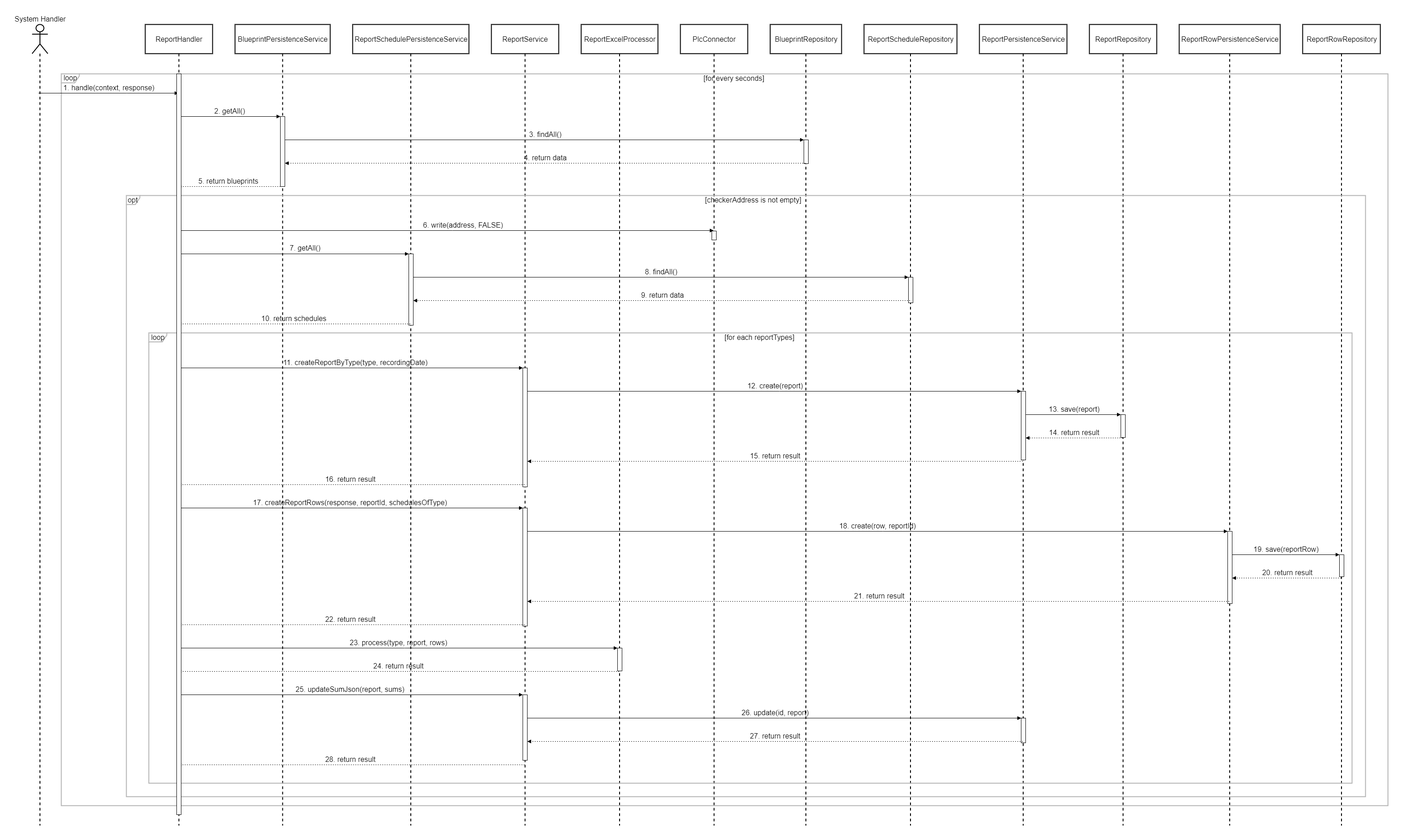
The draw.io diagram Report7/SDD/Detailed-Design/Report/inbound/sequence-diagrams/21-04/inbound-report-sequence-diagram.drawio.png in f-pms/Document, before a commit. Source tidied: cells renumbered, new cells last; positions are measured from the earlier drawing's top-left corner, leaving out a move shared by most shapes.
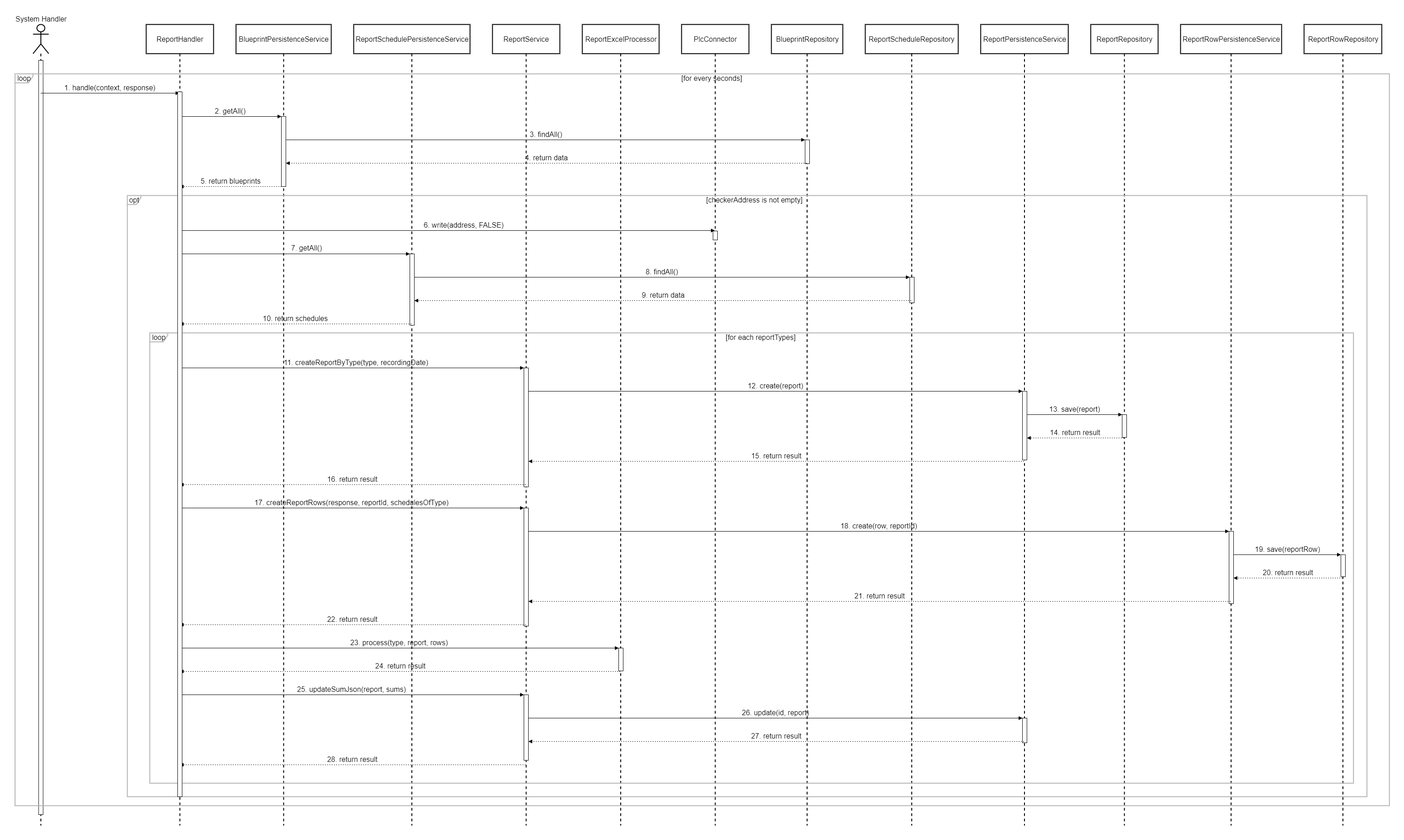
The same diagram one commit later.

Commit message:
update report diagrams

Change to the diagram source:
```diff
@@ -5,6 +5,9 @@
     <mxCell id="2" value="System Handler" style="shape=umlLifeline;perimeter=lifelinePerimeter;outlineConnect=0;portConstraint=eastwest;newEdgeStyle={&quot;edgeStyle&quot;:&quot;elbowEdgeStyle&quot;,&quot;elbow&quot;:&quot;vertical&quot;,&quot;curved&quot;:0,&quot;rounded&quot;:0};participant=umlActor;verticalAlign=bottom;labelPosition=center;verticalLabelPosition=top;align=center;size=65;strokeWidth=2;fontSize=16;fontStyle=0;labelBackgroundColor=none;labelBorderColor=none;textShadow=0;html=1;fontFamily=Helvetica;" parent="1" vertex="1">
       <mxGeometry width="35" height="1784" as="geometry" />
     </mxCell>
+    <mxCell id="64" style="perimeter=orthogonalPerimeter;targetShapes=umlLifeline;newEdgeStyle={&quot;edgeStyle&quot;:&quot;elbowEdgeStyle&quot;,&quot;elbow&quot;:&quot;vertical&quot;,&quot;curved&quot;:0,&quot;rounded&quot;:0};fontSize=16;fontStyle=0;labelBackgroundColor=none;labelBorderColor=none;textShadow=0;html=1;fontFamily=Helvetica;" parent="2" vertex="1">
+      <mxGeometry x="12.5" y="80" width="10" height="1680" as="geometry" />
+    </mxCell>
     <mxCell id="3" value="ReportHandler" style="shape=umlLifeline;perimeter=lifelinePerimeter;outlineConnect=0;portConstraint=eastwest;newEdgeStyle={&quot;edgeStyle&quot;:&quot;elbowEdgeStyle&quot;,&quot;elbow&quot;:&quot;vertical&quot;,&quot;curved&quot;:0,&quot;rounded&quot;:0};size=65;strokeWidth=2;fontSize=16;fontStyle=0;labelBackgroundColor=none;labelBorderColor=none;textShadow=0;html=1;fontFamily=Helvetica;" parent="1" vertex="1">
       <mxGeometry x="252" width="150" height="1784" as="geometry" />
     </mxCell>
@@ -96,10 +99,10 @@
       <mxGeometry x="31.4" width="2728.6" height="20.6" as="geometry" />
     </mxCell>
     <mxCell id="33" value="loop" style="shape=umlFrame;strokeColor=#B3B3B3;height=20;width=40;strokeWidth=2;fontSize=16;fontStyle=0;labelBackgroundColor=none;labelBorderColor=none;textShadow=0;html=1;fontFamily=Helvetica;" parent="1" vertex="1">
-      <mxGeometry x="65" y="110" width="2955" height="1630" as="geometry" />
+      <mxGeometry x="-40" y="110" width="3060" height="1630" as="geometry" />
     </mxCell>
     <mxCell id="34" value="[for every seconds]" style="text;strokeColor=none;fillColor=none;align=center;verticalAlign=middle;fontSize=16;fontStyle=0;labelBackgroundColor=none;labelBorderColor=none;textShadow=0;html=1;fontFamily=Helvetica;" parent="33" vertex="1">
-      <mxGeometry x="40.9" width="2914.1" height="20.2" as="geometry" />
+      <mxGeometry x="42.4" width="3017.6" height="20.2" as="geometry" />
     </mxCell>
     <mxCell id="35" value="1. handle(context, response)" style="verticalAlign=bottom;endArrow=block;edgeStyle=elbowEdgeStyle;elbow=vertical;curved=0;rounded=0;fontSize=16;fontStyle=0;labelBackgroundColor=none;labelBorderColor=none;textShadow=0;html=1;fontFamily=Helvetica;" parent="1" edge="1" source="2" target="3">
       <mxGeometry relative="1" as="geometry">
@@ -298,7 +301,7 @@
       </mxGeometry>
     </mxCell>
     <mxCell id="63" style="perimeter=orthogonalPerimeter;targetShapes=umlLifeline;newEdgeStyle={&quot;edgeStyle&quot;:&quot;elbowEdgeStyle&quot;,&quot;elbow&quot;:&quot;vertical&quot;,&quot;curved&quot;:0,&quot;rounded&quot;:0};fontSize=16;fontStyle=0;labelBackgroundColor=none;labelBorderColor=none;textShadow=0;html=1;fontFamily=Helvetica;" parent="1" vertex="1">
-      <mxGeometry x="322" y="110" width="10" height="1650" as="geometry" />
+      <mxGeometry x="322" y="150" width="10" height="1570" as="geometry" />
     </mxCell>
   </root>
 </mxGraphModel>
```
